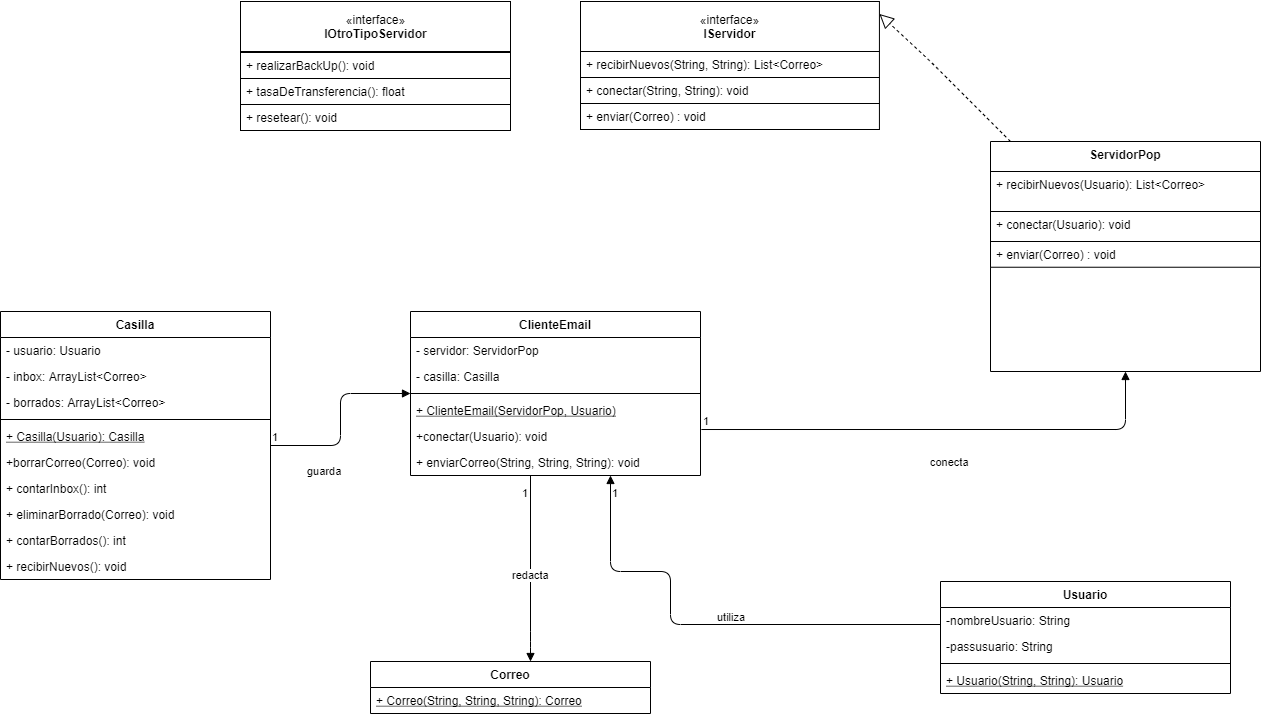
Before: src/tp6/unq/RespuestasCaso1/Arreglado-Caso1-UML-TP6.png, a diagram exported from draw.io (CundariNicolas/unqui-poo2-cundari). Source tidied: cells renumbered, new cells last; positions are measured from the earlier drawing's top-left corner, leaving out a move shared by most shapes.
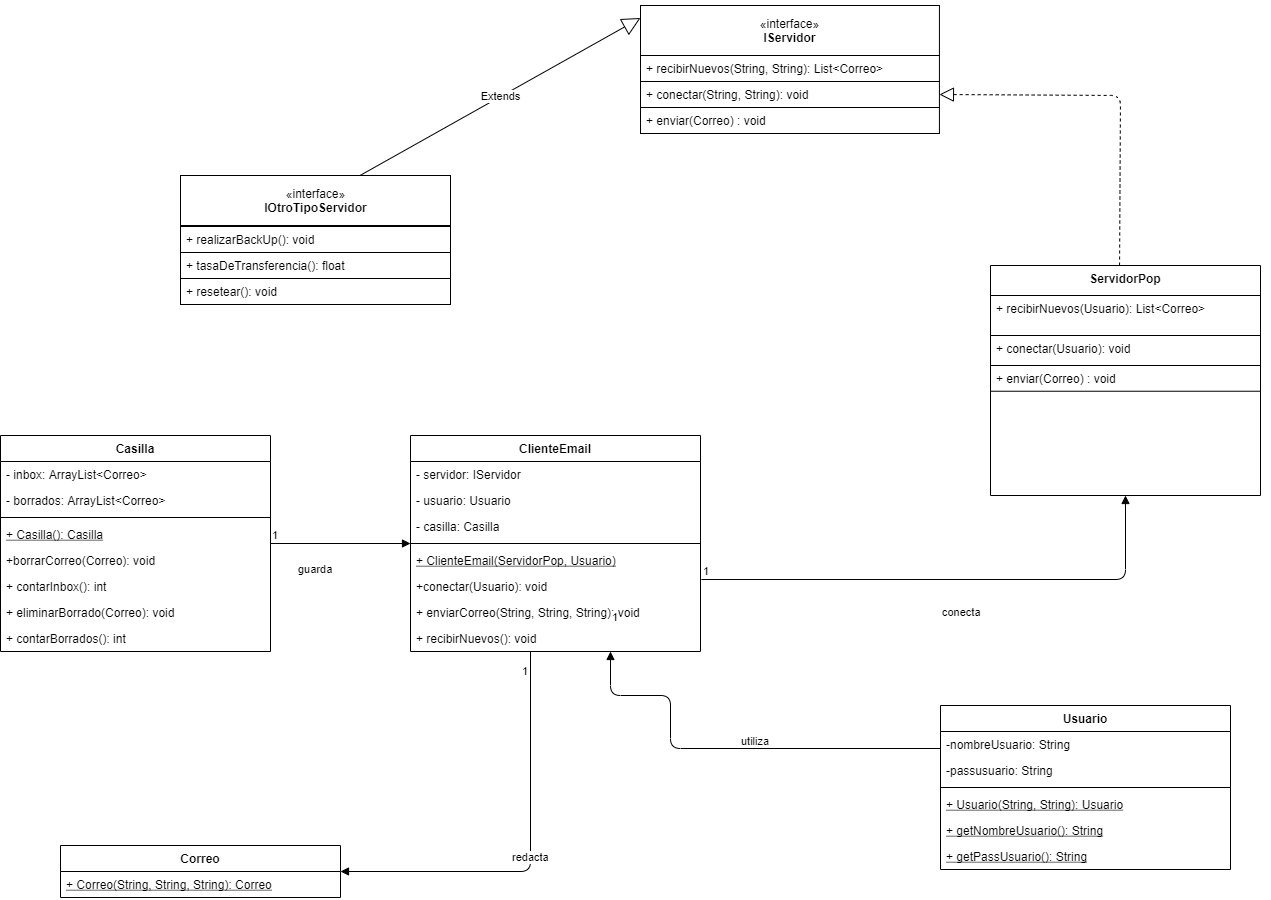
The same file after the commit.

Change to the diagram source:
```diff
@@ -3,28 +3,34 @@
     <mxCell id="0" />
     <mxCell id="1" parent="0" />
     <mxCell id="2" value="ClienteEmail" style="swimlane;fontStyle=1;align=center;verticalAlign=top;horizontal=1;startSize=26;" parent="1" vertex="1">
-      <mxGeometry x="410" y="310" width="290" height="164" as="geometry" />
+      <mxGeometry x="410" y="310" width="290" height="216" as="geometry" />
     </mxCell>
-    <mxCell id="3" value="- servidor: ServidorPop" style="text;strokeColor=none;fillColor=none;align=left;verticalAlign=top;spacingLeft=4;spacingRight=4;overflow=hidden;" parent="2" vertex="1">
+    <mxCell id="3" value="- servidor: IServidor" style="text;strokeColor=none;fillColor=none;align=left;verticalAlign=top;spacingLeft=4;spacingRight=4;overflow=hidden;" parent="2" vertex="1">
       <mxGeometry y="26" width="290" height="26" as="geometry" />
     </mxCell>
+    <mxCell id="45" value="- usuario: Usuario" style="text;strokeColor=none;fillColor=none;align=left;verticalAlign=top;spacingLeft=4;spacingRight=4;overflow=hidden;" parent="2" vertex="1">
+      <mxGeometry y="52" width="290" height="26" as="geometry" />
+    </mxCell>
     <mxCell id="4" value="- casilla: Casilla" style="text;strokeColor=none;fillColor=none;align=left;verticalAlign=top;spacingLeft=4;spacingRight=4;overflow=hidden;" parent="2" vertex="1">
-      <mxGeometry y="52" width="290" height="26" as="geometry" />
+      <mxGeometry y="78" width="290" height="26" as="geometry" />
     </mxCell>
     <mxCell id="5" style="line;strokeWidth=1;fillColor=none;align=left;verticalAlign=middle;spacingTop=-1;spacingLeft=3;spacingRight=3;labelPosition=right;" parent="2" vertex="1">
-      <mxGeometry y="78" width="290" height="8" as="geometry" />
+      <mxGeometry y="104" width="290" height="8" as="geometry" />
     </mxCell>
     <mxCell id="6" value="+ ClienteEmail(ServidorPop, Usuario)" style="text;strokeColor=none;fillColor=none;align=left;verticalAlign=top;spacingLeft=4;spacingRight=4;overflow=hidden;fontStyle=4;" parent="2" vertex="1">
-      <mxGeometry y="86" width="290" height="26" as="geometry" />
+      <mxGeometry y="112" width="290" height="26" as="geometry" />
     </mxCell>
     <mxCell id="7" value="+conectar(Usuario): void" style="text;strokeColor=none;fillColor=none;align=left;verticalAlign=top;spacingLeft=4;spacingRight=4;overflow=hidden;points=[[0,0.5],[1,0.5]];portConstraint=eastwest;fontStyle=0;" parent="2" vertex="1">
-      <mxGeometry y="112" width="290" height="26" as="geometry" />
+      <mxGeometry y="138" width="290" height="26" as="geometry" />
     </mxCell>
     <mxCell id="8" value="+ enviarCorreo(String, String, String): void" style="text;strokeColor=none;fillColor=none;align=left;verticalAlign=top;spacingLeft=4;spacingRight=4;overflow=hidden;points=[[0,0.5],[1,0.5]];portConstraint=eastwest;fontStyle=0;" parent="2" vertex="1">
-      <mxGeometry y="138" width="290" height="26" as="geometry" />
+      <mxGeometry y="164" width="290" height="26" as="geometry" />
     </mxCell>
+    <mxCell id="54" value="+ recibirNuevos(): void" style="text;strokeColor=none;fillColor=none;align=left;verticalAlign=top;spacingLeft=4;spacingRight=4;overflow=hidden;fontStyle=0;" parent="2" vertex="1">
+      <mxGeometry y="190" width="290" height="26" as="geometry" />
+    </mxCell>
     <mxCell id="9" value="Correo" style="swimlane;fontStyle=1;align=center;verticalAlign=top;horizontal=1;startSize=26;" parent="1" vertex="1">
-      <mxGeometry x="370" y="660" width="280" height="52" as="geometry" />
+      <mxGeometry x="60" y="720" width="280" height="52" as="geometry" />
     </mxCell>
     <mxCell id="10" value="+ Correo(String, String, String): Correo" style="text;strokeColor=none;fillColor=none;align=left;verticalAlign=top;spacingLeft=4;spacingRight=4;overflow=hidden;fontStyle=4;" parent="9" vertex="1">
       <mxGeometry y="26" width="280" height="26" as="geometry" />
@@ -51,7 +57,7 @@
       <mxGeometry y="70" width="270" height="25.7" as="geometry" />
     </mxCell>
     <mxCell id="18" style="group;" parent="1" vertex="1">
-      <mxGeometry x="580" width="310" height="202" as="geometry" />
+      <mxGeometry x="640" y="-120" width="310" height="202" as="geometry" />
     </mxCell>
     <mxCell id="19" style="group;" parent="18" vertex="1">
       <mxGeometry width="310" height="128" as="geometry" />
@@ -71,10 +77,10 @@
     <mxCell id="24" value="+ enviar(Correo) : void" style="text;align=left;verticalAlign=top;spacingLeft=4;spacingRight=4;overflow=hidden;labelBackgroundColor=#ffffff;fillColor=#ffffff;strokeColor=#000000;" parent="19" vertex="1">
       <mxGeometry y="102" width="298.9" height="26" as="geometry" />
     </mxCell>
-    <mxCell id="25" style="endArrow=block;dashed=1;endFill=0;endSize=12;html=1;entryX=1;entryY=0.25;entryDx=0;entryDy=0;" parent="1" edge="1" source="11" target="21">
+    <mxCell id="25" style="endArrow=block;dashed=1;endFill=0;endSize=12;html=1;entryX=1;entryY=0.5;entryDx=0;entryDy=0;exitX=0.478;exitY=0;exitDx=0;exitDy=0;exitPerimeter=0;" parent="1" edge="1" source="11" target="23">
       <mxGeometry relative="1" as="geometry">
         <Array as="points">
-          <mxPoint x="930" y="60" />
+          <mxPoint x="1120" y="-30" />
         </Array>
       </mxGeometry>
     </mxCell>
@@ -87,18 +93,17 @@
     <mxCell id="28" value="redacta" style="endArrow=block;endFill=1;html=1;edgeStyle=orthogonalEdgeStyle;align=left;verticalAlign=top;" parent="1" edge="1" source="2" target="9">
       <mxGeometry x="-0.06" y="-20" relative="1" as="geometry">
         <Array as="points">
-          <mxPoint x="530" y="640" />
-          <mxPoint x="530" y="640" />
+          <mxPoint x="530" y="746" />
         </Array>
       </mxGeometry>
     </mxCell>
     <mxCell id="29" value="1" style="edgeLabel;html=1;align=left;verticalAlign=bottom;" parent="28" vertex="1">
       <mxGeometry x="-1" relative="1" as="geometry">
-        <mxPoint x="-10" y="26" as="offset" />
+        <mxPoint x="-10" y="28" as="offset" />
       </mxGeometry>
     </mxCell>
     <mxCell id="30" style="group;" parent="1" vertex="1">
-      <mxGeometry x="240" width="280" height="202" as="geometry" />
+      <mxGeometry x="180" y="50" width="280" height="202" as="geometry" />
     </mxCell>
     <mxCell id="31" style="group;" parent="30" vertex="1">
       <mxGeometry width="280" height="129" as="geometry" />
@@ -119,7 +124,7 @@
       <mxGeometry y="103" width="270" height="26" as="geometry" />
     </mxCell>
     <mxCell id="37" value="Usuario" style="swimlane;fontStyle=1;align=center;verticalAlign=top;horizontal=1;startSize=26;" parent="1" vertex="1">
-      <mxGeometry x="940" y="580" width="290" height="112" as="geometry" />
+      <mxGeometry x="940" y="580" width="290" height="164" as="geometry" />
     </mxCell>
     <mxCell id="38" value="-nombreUsuario: String" style="text;strokeColor=none;fillColor=none;align=left;verticalAlign=top;spacingLeft=4;spacingRight=4;overflow=hidden;" parent="37" vertex="1">
       <mxGeometry y="26" width="290" height="26" as="geometry" />
@@ -133,7 +138,13 @@
     <mxCell id="41" value="+ Usuario(String, String): Usuario" style="text;strokeColor=none;fillColor=none;align=left;verticalAlign=top;spacingLeft=4;spacingRight=4;overflow=hidden;fontStyle=4;" parent="37" vertex="1">
       <mxGeometry y="86" width="290" height="26" as="geometry" />
     </mxCell>
+    <mxCell id="57" value="+ getNombreUsuario(): String" style="text;strokeColor=none;fillColor=none;align=left;verticalAlign=top;spacingLeft=4;spacingRight=4;overflow=hidden;fontStyle=4;" parent="37" vertex="1">
+      <mxGeometry y="112" width="290" height="26" as="geometry" />
+    </mxCell>
+    <mxCell id="58" value="+ getPassUsuario(): String" style="text;strokeColor=none;fillColor=none;align=left;verticalAlign=top;spacingLeft=4;spacingRight=4;overflow=hidden;fontStyle=4;" parent="37" vertex="1">
+      <mxGeometry y="138" width="290" height="26" as="geometry" />
+    </mxCell>
-    <mxCell id="42" value="utiliza" style="endArrow=block;endFill=1;html=1;edgeStyle=orthogonalEdgeStyle;align=left;verticalAlign=top;" parent="1" edge="1" source="37" target="8">
+    <mxCell id="42" value="utiliza" style="endArrow=block;endFill=1;html=1;edgeStyle=orthogonalEdgeStyle;align=left;verticalAlign=top;" parent="1" edge="1" source="37" target="2">
       <mxGeometry x="-0.06" y="-20" relative="1" as="geometry">
         <Array as="points">
           <mxPoint x="670" y="623" />
@@ -148,43 +159,40 @@
       </mxGeometry>
     </mxCell>
     <mxCell id="44" value="Casilla" style="swimlane;fontStyle=1;align=center;verticalAlign=top;horizontal=1;startSize=26;" parent="1" vertex="1">
-      <mxGeometry y="310" width="270" height="268" as="geometry" />
+      <mxGeometry y="310" width="270" height="216" as="geometry" />
     </mxCell>
-    <mxCell id="45" value="- usuario: Usuario" style="text;strokeColor=none;fillColor=none;align=left;verticalAlign=top;spacingLeft=4;spacingRight=4;overflow=hidden;" parent="44" vertex="1">
-      <mxGeometry y="26" width="270" height="26" as="geometry" />
-    </mxCell>
     <mxCell id="46" value="- inbox: ArrayList&lt;Correo&gt;" style="text;strokeColor=none;fillColor=none;align=left;verticalAlign=top;spacingLeft=4;spacingRight=4;overflow=hidden;" parent="44" vertex="1">
-      <mxGeometry y="52" width="270" height="26" as="geometry" />
+      <mxGeometry y="26" width="270" height="26" as="geometry" />
     </mxCell>
     <mxCell id="47" value="- borrados: ArrayList&lt;Correo&gt;" style="text;strokeColor=none;fillColor=none;align=left;verticalAlign=top;spacingLeft=4;spacingRight=4;overflow=hidden;" parent="44" vertex="1">
-      <mxGeometry y="78" width="270" height="26" as="geometry" />
+      <mxGeometry y="52" width="270" height="26" as="geometry" />
     </mxCell>
     <mxCell id="48" style="line;strokeWidth=1;fillColor=none;align=left;verticalAlign=middle;spacingTop=-1;spacingLeft=3;spacingRight=3;labelPosition=right;" parent="44" vertex="1">
-      <mxGeometry y="104" width="270" height="8" as="geometry" />
+      <mxGeometry y="78" width="270" height="8" as="geometry" />
     </mxCell>
-    <mxCell id="49" value="+ Casilla(Usuario): Casilla" style="text;strokeColor=none;fillColor=none;align=left;verticalAlign=top;spacingLeft=4;spacingRight=4;overflow=hidden;fontStyle=4;" parent="44" vertex="1">
-      <mxGeometry y="112" width="270" height="26" as="geometry" />
+    <mxCell id="49" value="+ Casilla(): Casilla" style="text;strokeColor=none;fillColor=none;align=left;verticalAlign=top;spacingLeft=4;spacingRight=4;overflow=hidden;fontStyle=4;" parent="44" vertex="1">
+      <mxGeometry y="86" width="270" height="26" as="geometry" />
     </mxCell>
     <mxCell id="50" value="+borrarCorreo(Correo): void" style="text;strokeColor=none;fillColor=none;align=left;verticalAlign=top;spacingLeft=4;spacingRight=4;overflow=hidden;fontStyle=0;" parent="44" vertex="1">
-      <mxGeometry y="138" width="270" height="26" as="geometry" />
+      <mxGeometry y="112" width="270" height="26" as="geometry" />
     </mxCell>
     <mxCell id="51" value="+ contarInbox(): int" style="text;strokeColor=none;fillColor=none;align=left;verticalAlign=top;spacingLeft=4;spacingRight=4;overflow=hidden;fontStyle=0;" parent="44" vertex="1">
-      <mxGeometry y="164" width="270" height="26" as="geometry" />
+      <mxGeometry y="138" width="270" height="26" as="geometry" />
     </mxCell>
     <mxCell id="52" value="+ eliminarBorrado(Correo): void" style="text;strokeColor=none;fillColor=none;align=left;verticalAlign=top;spacingLeft=4;spacingRight=4;overflow=hidden;fontStyle=0;" parent="44" vertex="1">
-      <mxGeometry y="190" width="270" height="26" as="geometry" />
+      <mxGeometry y="164" width="270" height="26" as="geometry" />
     </mxCell>
     <mxCell id="53" value="+ contarBorrados(): int" style="text;strokeColor=none;fillColor=none;align=left;verticalAlign=top;spacingLeft=4;spacingRight=4;overflow=hidden;fontStyle=0;" parent="44" vertex="1">
-      <mxGeometry y="216" width="270" height="26" as="geometry" />
+      <mxGeometry y="190" width="270" height="26" as="geometry" />
     </mxCell>
-    <mxCell id="54" value="+ recibirNuevos(): void" style="text;strokeColor=none;fillColor=none;align=left;verticalAlign=top;spacingLeft=4;spacingRight=4;overflow=hidden;fontStyle=0;" parent="44" vertex="1">
-      <mxGeometry y="242" width="270" height="26" as="geometry" />
-    </mxCell>
     <mxCell id="55" value="guarda" style="endArrow=block;endFill=1;html=1;edgeStyle=orthogonalEdgeStyle;align=left;verticalAlign=top;" parent="1" edge="1" source="44" target="2">
       <mxGeometry x="-0.63" y="-13" relative="1" as="geometry" />
     </mxCell>
     <mxCell id="56" value="1" style="edgeLabel;html=1;align=left;verticalAlign=bottom;" parent="55" vertex="1">
       <mxGeometry x="-1" relative="1" as="geometry" />
     </mxCell>
+    <mxCell id="59" value="Extends" style="endArrow=block;endSize=16;endFill=0;html=1;entryX=0;entryY=0.25;entryDx=0;entryDy=0;" parent="1" edge="1" source="33" target="21">
+      <mxGeometry relative="1" as="geometry" />
+    </mxCell>
   </root>
 </mxGraphModel>
```
